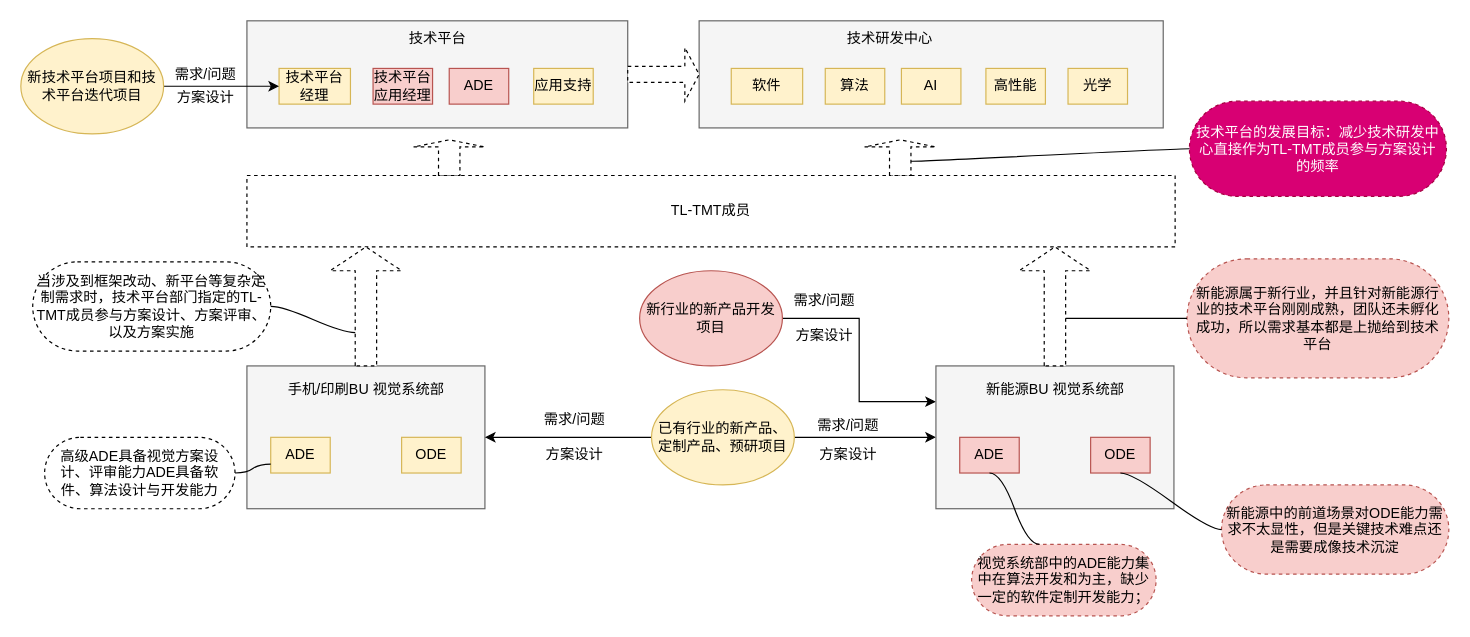
Before: page "技术平台和干系部门的交互逻辑" (1 of 5) of drawio/未命名绘图.drawio in Guyiguang/-DrawIO, a draw.io diagram. Source tidied: cells renumbered, new cells numbered last; positions are measured from the earlier drawing's top-left corner, leaving out a move shared by most shapes. Both pictures are drawn from the tidied source at 119%, with x=0, y=0 at pixel (20, 20).
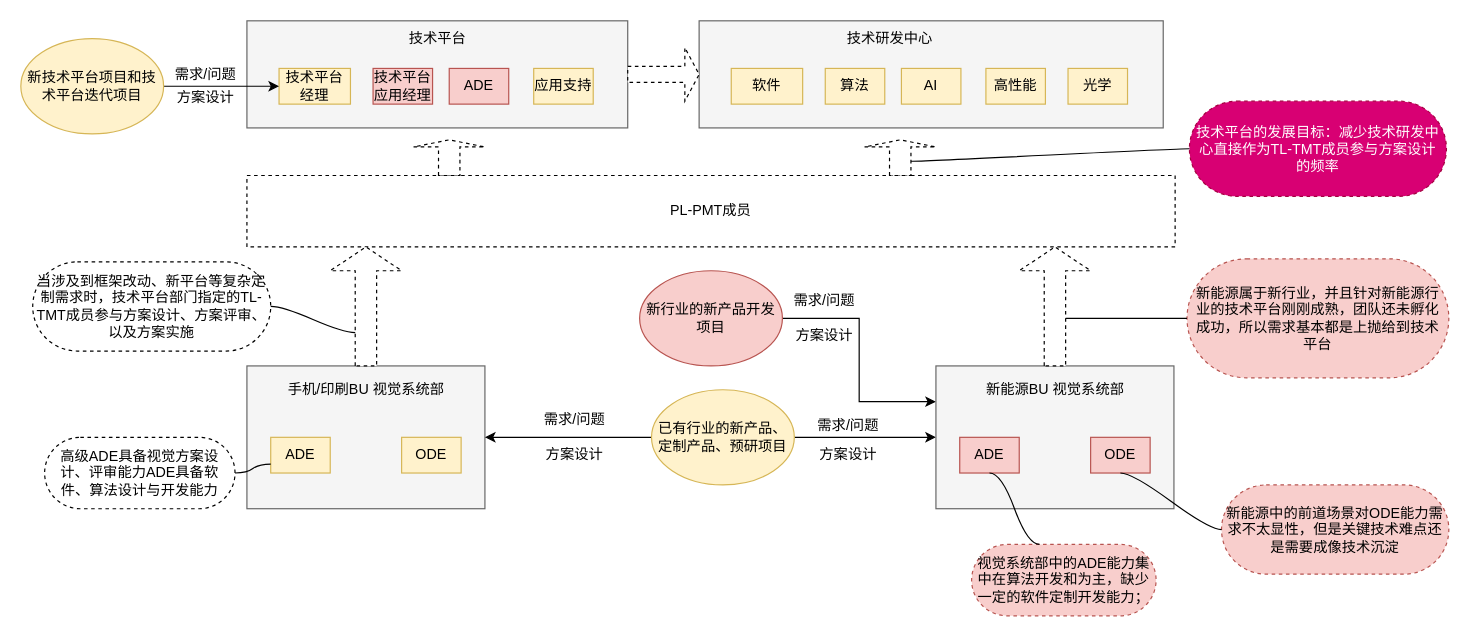
The same page after the edit.

Commit message:
更新未命名绘图.drawio

What changed in the source:
```diff
@@
-    <mxCell id="13" value="TL-TMT成员" style="rounded=0;whiteSpace=wrap;html=1;dashed=1;" parent="1" vertex="1">
+    <mxCell id="13" value="PL-PMT成员" style="rounded=0;whiteSpace=wrap;html=1;dashed=1;" parent="1" vertex="1">
       <mxGeometry x="190" y="130" width="780" height="60" as="geometry" />
     </mxCell>
```
